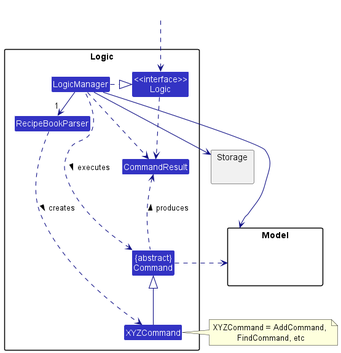
Earlier version of the PlantUML export docs/images/LogicClassDiagram.png (nus-cs2103-AY2223S2/tp).
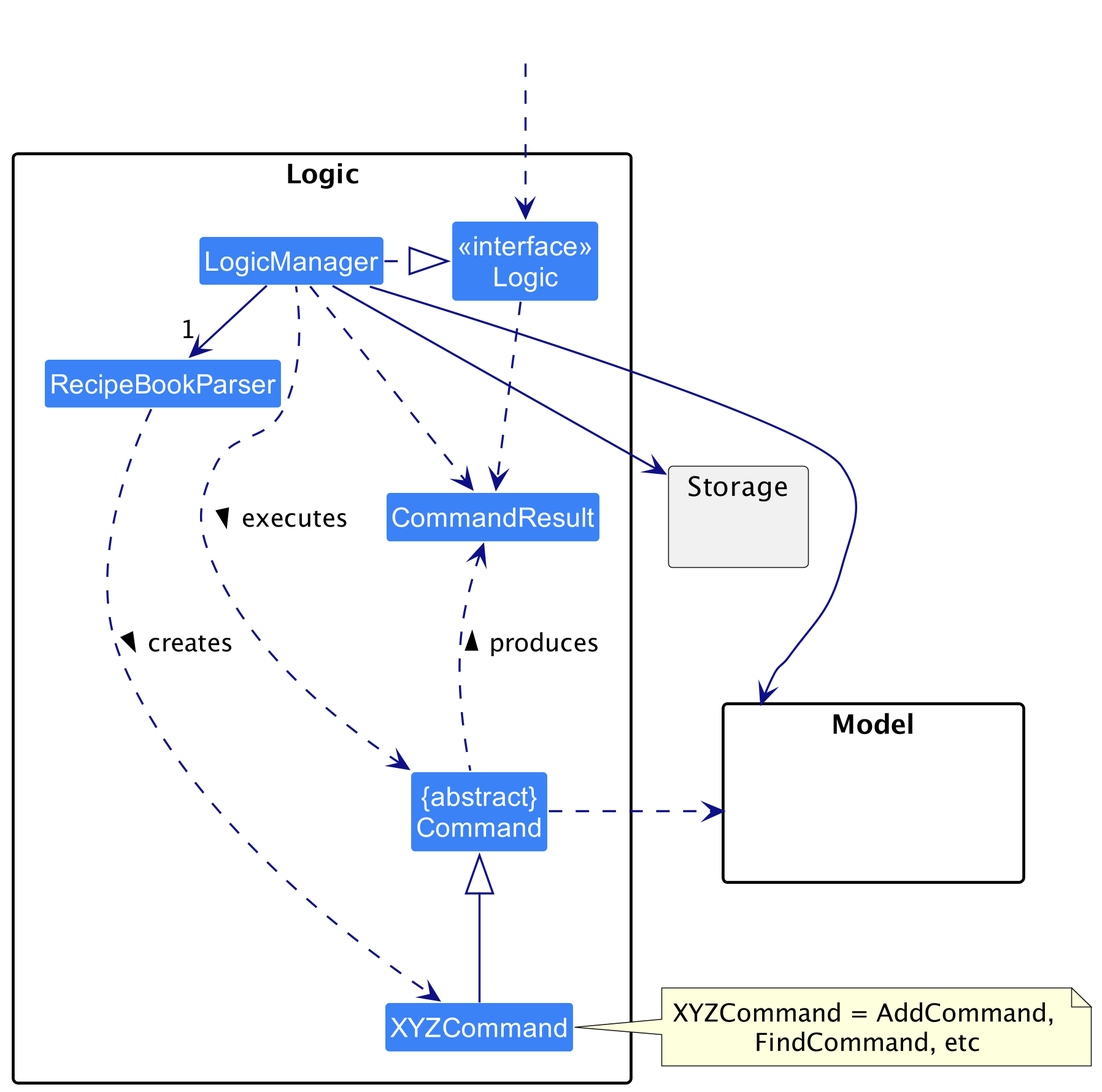
Later version of the same file.

Commit message:
Add ComponentManagers Diagram

Diff of the diagram source:
```diff
@@ -12,7 +12,7 @@
 Class "{abstract}\nCommand" as Command
 
 
-Class "<<interface>>\nLogic" as Logic
+Class "<<interface>>\nLogic" as Logic_
 Class LogicManager
 }
 
@@ -24,9 +24,9 @@
 }
 
 Class HiddenOutside #FFFFFF
-HiddenOutside ..> Logic
+HiddenOutside ..> Logic_
 
-LogicManager .right.|> Logic
+LogicManager .right.|> Logic_
 LogicManager -right->"1" RecipeBookParser
 RecipeBookParser ..> XYZCommand : creates >
 
@@ -40,7 +40,7 @@
 Command .right.> Model
 note right of XYZCommand: XYZCommand = AddCommand, \nFindCommand, etc
 
-Logic ..> CommandResult
+Logic_ ..> CommandResult
 LogicManager .down.> CommandResult
 Command .up.> CommandResult : produces >
 @enduml
```
